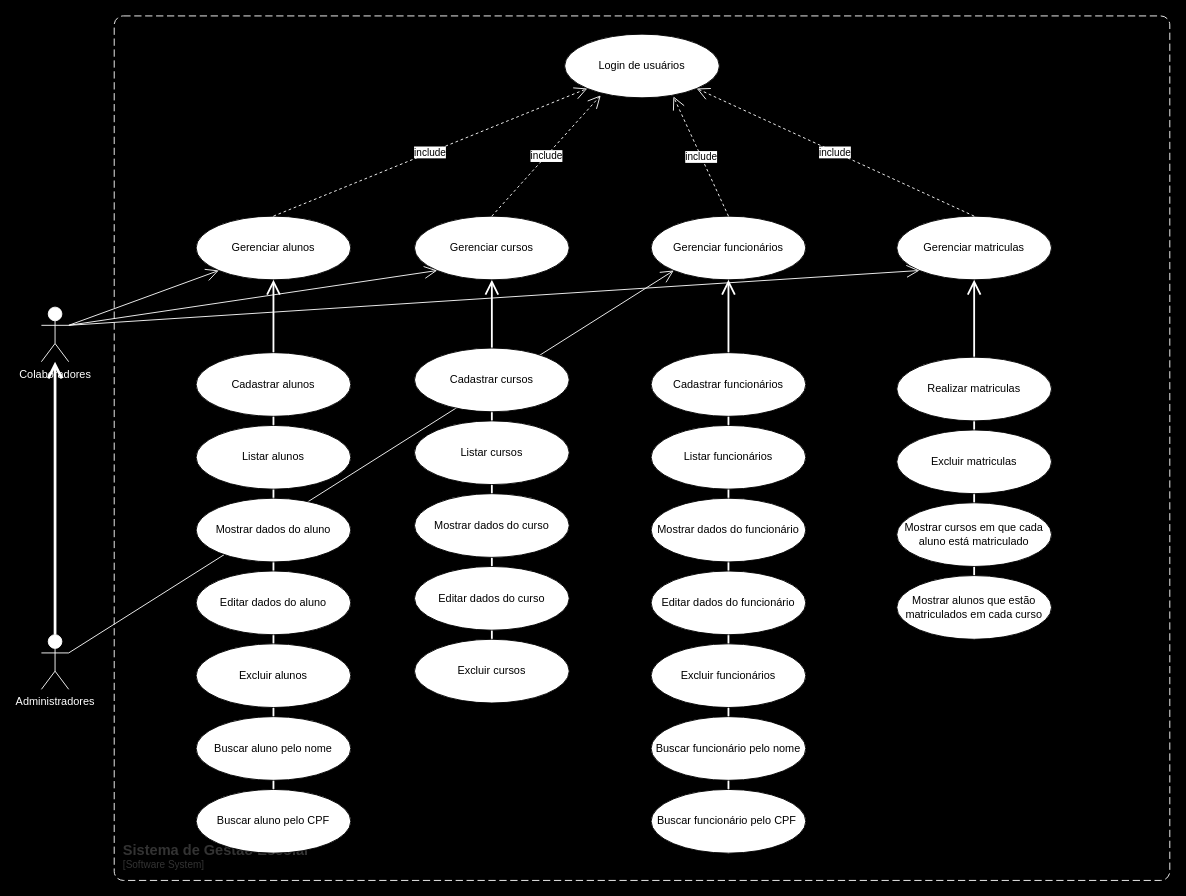
This is sistema-de-gest-o-escolar/sistema de gestão esccolar/diagramas/casos-de-uso.drawio from camilagrabowski-lgtm/sistema-de-gest-o-escolar, a draw.io file, before an edit. Source tidied: cells renumbered, new cells numbered last; positions are measured from the earlier drawing's top-left corner, leaving out a move shared by most shapes. Both pictures are drawn from the tidied source at 91%, with x=0, y=0 at pixel (41, 15).
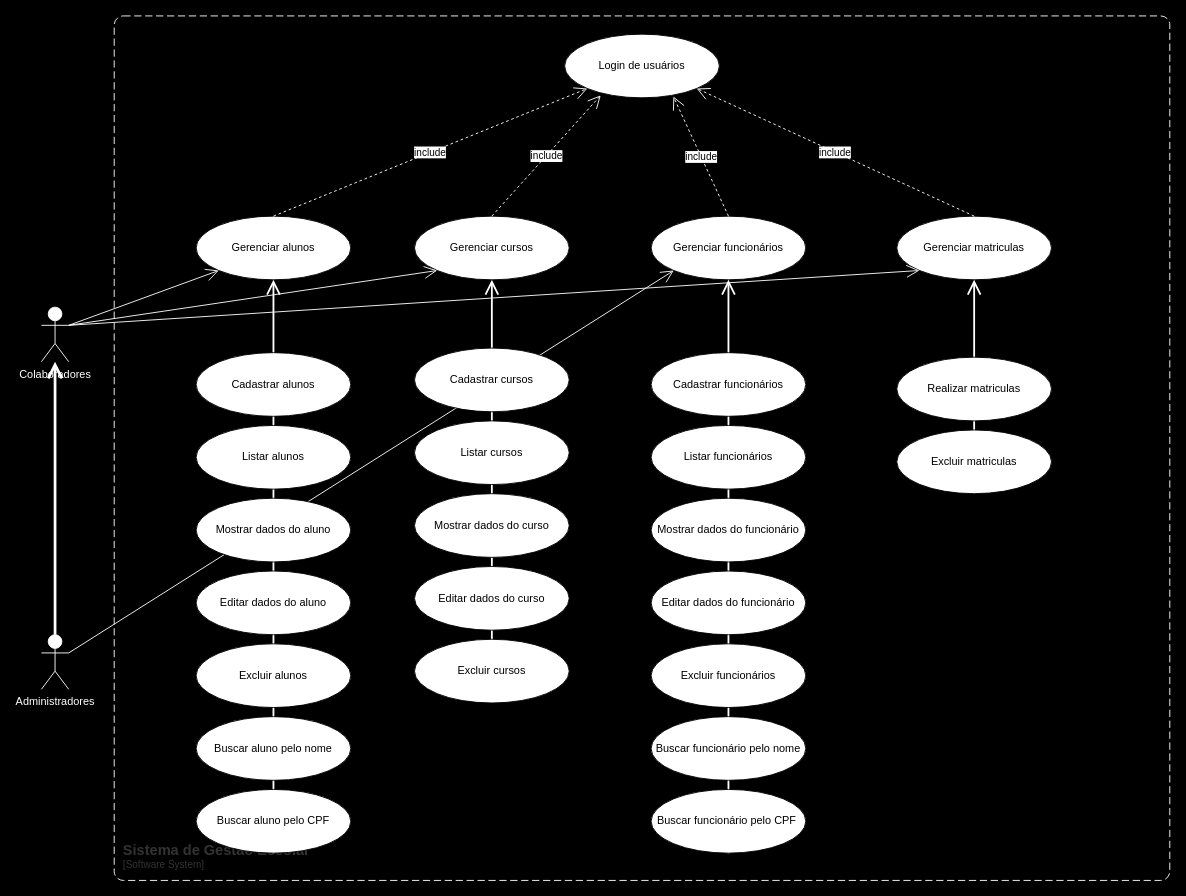
The same diagram, later.

Unchanged cells that the change refers to:
```xml
<mxCell id="32" value="Gerenciar matriculas" style="ellipse;whiteSpace=wrap;html=1;" parent="1" vertex="1">
  <mxGeometry x="940" y="220" width="170" height="70" as="geometry" />
</mxCell>
<mxCell id="36" value="Excluir matriculas" style="ellipse;whiteSpace=wrap;html=1;" parent="1" vertex="1">
  <mxGeometry x="940" y="455" width="170" height="70" as="geometry" />
</mxCell>
```

Change to the diagram source:
```diff
@@
-    <mxCell id="33" style="endArrow=open;endFill=1;endSize=12;html=1;strokeColor=#FFFFFF;strokeWidth=2;entryX=0.5;entryY=1;entryDx=0;entryDy=0;exitX=0.5;exitY=1;exitDx=0;exitDy=0;" parent="1" edge="1" source="34" target="32">
+    <mxCell id="33" style="endArrow=open;endFill=1;endSize=12;html=1;strokeColor=#FFFFFF;strokeWidth=2;entryX=0.5;entryY=1;entryDx=0;entryDy=0;exitX=0.5;exitY=1;exitDx=0;exitDy=0;" parent="1" edge="1" source="36" target="32">
       <mxGeometry relative="1" as="geometry" />
     </mxCell>
-    <mxCell id="34" value="Mostrar alunos que estão matriculados em cada curso" style="ellipse;whiteSpace=wrap;html=1;" parent="1" vertex="1">
-      <mxGeometry x="940" y="615" width="170" height="70" as="geometry" />
-    </mxCell>
@@
-    <mxCell id="37" value="Mostrar cursos em que cada aluno está matriculado" style="ellipse;whiteSpace=wrap;html=1;" parent="1" vertex="1">
-      <mxGeometry x="940" y="535" width="170" height="70" as="geometry" />
-    </mxCell>
```
